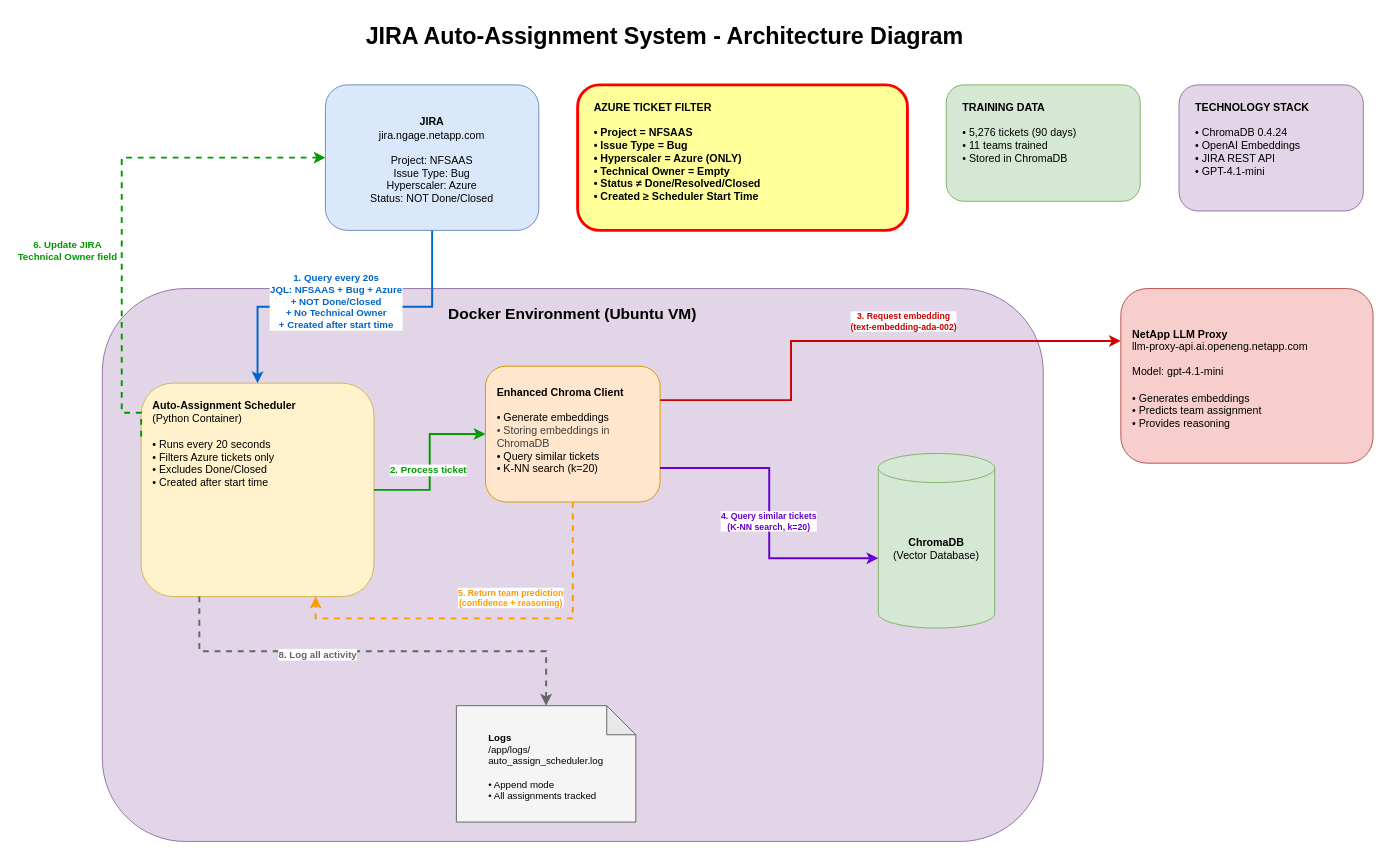
The draw.io diagram ARCHITECTURE.drawio in tarunchakkilam/netapp-jira-autoassign, before the edit. Source tidied: cells renumbered, new cells numbered last; positions are measured from the earlier drawing's top-left corner, leaving out a move shared by most shapes. Both pictures are drawn from the tidied source at 97%, with x=0, y=0 at pixel (102, 16).
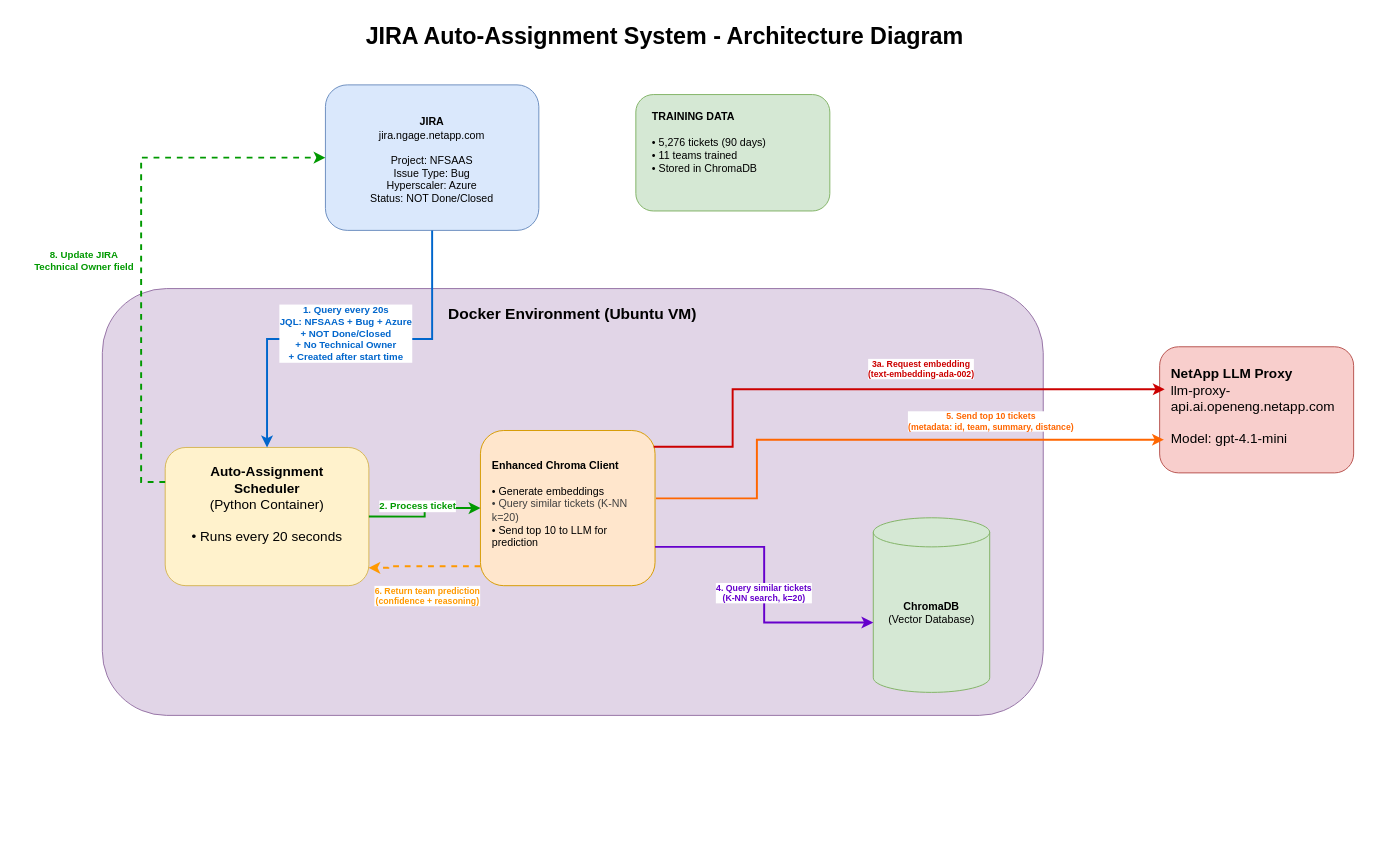
After the change.

Unchanged cells that the change refers to:
```xml
<mxCell id="4" value="&lt;b&gt;JIRA&lt;/b&gt;&lt;br&gt;jira.ngage.netapp.com&lt;br&gt;&lt;br&gt;Project: NFSAAS&lt;br&gt;Issue Type: Bug&lt;br&gt;Hyperscaler: Azure&lt;br&gt;Status: NOT Done/Closed" style="rounded=1;whiteSpace=wrap;html=1;fillColor=#dae8fc;strokeColor=#6c8ebf;fontSize=11;spacingTop=5;spacingLeft=10;spacingRight=10;" parent="1" vertex="1">
  <mxGeometry x="230" y="70" width="220" height="150" as="geometry" />
</mxCell>
```

The edit, as a diff of the source:
```diff
@@
     <mxCell id="3" value="Docker Environment (Ubuntu VM)" style="rounded=1;whiteSpace=wrap;html=1;fillColor=#e1d5e7;strokeColor=#9673a6;verticalAlign=top;fontSize=16;fontStyle=1;align=center;spacingTop=10;" parent="1" vertex="1">
-      <mxGeometry y="280" width="970" height="570" as="geometry" />
+      <mxGeometry y="280" width="970" height="440" as="geometry" />
     </mxCell>
@@
     <mxCell id="5" value="&lt;b&gt;ChromaDB&lt;/b&gt;&lt;br&gt;(Vector Database)&lt;div&gt;&lt;br/&gt;&lt;/div&gt;" style="shape=cylinder3;whiteSpace=wrap;html=1;boundedLbl=1;backgroundOutline=1;size=15;fillColor=#d5e8d4;strokeColor=#82b366;fontSize=11;spacingTop=5;spacingLeft=10;spacingRight=10;" parent="1" vertex="1">
-      <mxGeometry x="800" y="450" width="120" height="180" as="geometry" />
+      <mxGeometry x="794.8" y="516.3" width="120" height="180" as="geometry" />
     </mxCell>
-    <mxCell id="6" value="&lt;b&gt;Auto-Assignment Scheduler&lt;/b&gt;&lt;br&gt;(Python Container)&lt;br&gt;&lt;br&gt;• Runs every 20 seconds&lt;br&gt;• Filters Azure tickets only&lt;br&gt;• Excludes Done/Closed&lt;br&gt;• Created after start time" style="rounded=1;whiteSpace=wrap;html=1;fillColor=#fff2cc;strokeColor=#d6b656;fontSize=11;verticalAlign=top;spacingTop=10;spacingLeft=10;spacingRight=10;align=left;" parent="1" vertex="1">
-      <mxGeometry x="40" y="377.5" width="240" height="220" as="geometry" />
+    <mxCell id="6" value="&lt;font style=&quot;font-size: 14px;&quot;&gt;&lt;b&gt;Auto-Assignment Scheduler&lt;/b&gt;&lt;br&gt;(Python Container)&lt;br&gt;&lt;br&gt;• Runs every 20 seconds&lt;/font&gt;&lt;div&gt;&lt;br&gt;&lt;/div&gt;" style="rounded=1;whiteSpace=wrap;html=1;fillColor=#fff2cc;strokeColor=#d6b656;fontSize=11;verticalAlign=top;spacingTop=10;spacingLeft=10;spacingRight=10;align=center;" parent="1" vertex="1">
+      <mxGeometry x="64.8" y="443.8" width="210" height="142.5" as="geometry" />
     </mxCell>
-    <mxCell id="7" value="&lt;b&gt;Enhanced Chroma Client&lt;/b&gt;&lt;br&gt;&lt;br&gt;• Generate embeddings&amp;nbsp;&lt;div&gt;&lt;div style=&quot;color: rgb(63, 63, 63); scrollbar-color: rgb(226, 226, 226) rgb(251, 251, 251);&quot;&gt;• Storing embeddings in ChromaDB&lt;/div&gt;&lt;div&gt;• Query similar tickets&lt;br&gt;• K-NN search (k=20)&lt;/div&gt;&lt;div&gt;&lt;div style=&quot;color: rgb(63, 63, 63); scrollbar-color: rgb(226, 226, 226) rgb(251, 251, 251);&quot;&gt;&lt;br&gt;&lt;/div&gt;&lt;/div&gt;&lt;/div&gt;" style="rounded=1;whiteSpace=wrap;html=1;fillColor=#ffe6cc;strokeColor=#d79b00;fontSize=11;spacingTop=5;spacingLeft=10;spacingRight=10;align=left;" parent="1" vertex="1">
-      <mxGeometry x="395" y="360" width="180" height="140" as="geometry" />
+    <mxCell id="7" value="&lt;b&gt;Enhanced Chroma Client&lt;/b&gt;&lt;br&gt;&lt;br&gt;• Generate embeddings&amp;nbsp;&lt;div&gt;&lt;div style=&quot;color: rgb(63, 63, 63); scrollbar-color: rgb(226, 226, 226) rgb(251, 251, 251);&quot;&gt;•&lt;span style=&quot;color: rgb(63, 63, 63); background-color: transparent;&quot;&gt;&amp;nbsp;Query similar tickets (K-NN k=20)&lt;/span&gt;&lt;/div&gt;&lt;div&gt;• Send top 10 to LLM for prediction&lt;/div&gt;&lt;div&gt;&lt;div style=&quot;color: rgb(63, 63, 63); scrollbar-color: rgb(226, 226, 226) rgb(251, 251, 251);&quot;&gt;&lt;br&gt;&lt;/div&gt;&lt;/div&gt;&lt;/div&gt;" style="rounded=1;whiteSpace=wrap;html=1;fillColor=#ffe6cc;strokeColor=#d79b00;fontSize=11;spacingTop=5;spacingLeft=10;spacingRight=10;align=left;" parent="1" vertex="1">
+      <mxGeometry x="389.8" y="426.3" width="180" height="160" as="geometry" />
     </mxCell>
-    <mxCell id="8" value="&lt;b&gt;NetApp LLM Proxy&lt;/b&gt;&lt;br&gt;llm-proxy-api.ai.openeng.netapp.com&lt;br&gt;&lt;br&gt;Model: gpt-4.1-mini&lt;br&gt;&lt;br&gt;• Generates embeddings&lt;br&gt;• Predicts team assignment&lt;br&gt;• Provides reasoning" style="rounded=1;whiteSpace=wrap;html=1;fillColor=#f8cecc;strokeColor=#b85450;fontSize=11;spacingTop=5;spacingLeft=10;spacingRight=10;align=left;" parent="1" vertex="1">
-      <mxGeometry x="1050" y="280" width="260" height="180" as="geometry" />
+    <mxCell id="8" value="&lt;font style=&quot;font-size: 14px;&quot;&gt;&lt;b style=&quot;&quot;&gt;NetApp LLM Proxy&lt;/b&gt;&lt;br&gt;llm-proxy-api.ai.openeng.netapp.com&lt;br&gt;&lt;br&gt;Model: gpt-4.1-mini&lt;br&gt;&lt;/font&gt;&lt;div&gt;&lt;br&gt;&lt;/div&gt;" style="rounded=1;whiteSpace=wrap;html=1;fillColor=#f8cecc;strokeColor=#b85450;fontSize=11;spacingTop=5;spacingLeft=10;spacingRight=10;align=left;" parent="1" vertex="1">
+      <mxGeometry x="1090" y="340" width="200" height="130" as="geometry" />
     </mxCell>
-    <mxCell id="9" value="&lt;div style=&quot;text-align: justify;&quot;&gt;&lt;b style=&quot;background-color: transparent;&quot;&gt;Logs&lt;/b&gt;&lt;/div&gt;&lt;div style=&quot;text-align: justify;&quot;&gt;&lt;span style=&quot;background-color: transparent;&quot;&gt;/app/logs/&lt;/span&gt;&lt;/div&gt;&lt;div style=&quot;text-align: justify;&quot;&gt;&lt;span style=&quot;background-color: transparent;&quot;&gt;auto_assign_scheduler.log&lt;/span&gt;&lt;/div&gt;&lt;div style=&quot;text-align: justify;&quot;&gt;&lt;br&gt;&lt;/div&gt;&lt;div style=&quot;text-align: justify;&quot;&gt;&lt;span style=&quot;background-color: transparent;&quot;&gt;• Append mode&lt;/span&gt;&lt;/div&gt;&lt;div style=&quot;text-align: justify;&quot;&gt;&lt;span style=&quot;background-color: transparent;&quot;&gt;• All assignments tracked&lt;/span&gt;&lt;/div&gt;" style="shape=note;whiteSpace=wrap;html=1;backgroundOutline=1;darkOpacity=0.05;fillColor=#f5f5f5;strokeColor=#666666;fontSize=10;spacingTop=5;spacingLeft=10;spacingRight=10;align=center;" parent="1" vertex="1">
-      <mxGeometry x="365" y="710" width="185" height="120" as="geometry" />
-    </mxCell>
@@
-    <mxCell id="14" style="edgeStyle=orthogonalEdgeStyle;rounded=0;jettySize=auto;html=1;exitX=1;exitY=0.25;exitDx=0;exitDy=0;entryX=0;entryY=0.3;entryDx=0;entryDy=0;strokeWidth=2;strokeColor=#CC0000;" parent="1" edge="1" source="7" target="8">
+    <mxCell id="14" style="edgeStyle=orthogonalEdgeStyle;rounded=0;jettySize=auto;html=1;entryX=0.002;entryY=0.211;entryDx=0;entryDy=0;strokeWidth=2;strokeColor=#CC0000;entryPerimeter=0;exitX=0.993;exitY=0.105;exitDx=0;exitDy=0;exitPerimeter=0;" parent="1" edge="1" source="7">
       <mxGeometry relative="1" as="geometry">
+        <mxPoint x="1095.2" y="383.8" as="targetPoint" />
         <Array as="points">
-          <mxPoint x="710" y="395" />
-          <mxPoint x="710" y="334" />
+          <mxPoint x="649.8" y="443.3" />
+          <mxPoint x="649.8" y="383.3" />
         </Array>
       </mxGeometry>
     </mxCell>
-    <mxCell id="15" value="3. Request embedding&lt;br&gt;(text-embedding-ada-002)" style="edgeLabel;html=1;align=center;verticalAlign=middle;fontSize=9;fontColor=#CC0000;fontStyle=1;backgroundColor=#ffffff;" parent="14" vertex="1">
+    <mxCell id="15" value="3a. Request embedding&lt;br&gt;(text-embedding-ada-002)" style="edgeLabel;html=1;align=center;verticalAlign=middle;fontSize=9;fontColor=#CC0000;fontStyle=1;backgroundColor=#ffffff;" parent="14" vertex="1">
       <mxGeometry x="-0.1" y="1" relative="1" as="geometry">
         <mxPoint x="70" y="-20" as="offset" />
       </mxGeometry>
     </mxCell>
+    <mxCell id="27" style="edgeStyle=orthogonalEdgeStyle;rounded=0;orthogonalLoop=1;jettySize=auto;html=1;entryX=-0.002;entryY=0.611;entryDx=0;entryDy=0;strokeWidth=2;strokeColor=#FF6600;entryPerimeter=0;" parent="1" edge="1">
+      <mxGeometry relative="1" as="geometry">
+        <mxPoint x="574.8" y="496.3" as="sourcePoint" />
+        <mxPoint x="1094.4" y="435.8" as="targetPoint" />
+        <Array as="points">
+          <mxPoint x="570.8" y="496.3" />
+          <mxPoint x="674.8" y="496.3" />
+          <mxPoint x="674.8" y="435.3" />
+        </Array>
+      </mxGeometry>
+    </mxCell>
+    <mxCell id="28" value="5. Send top 10 tickets&lt;br&gt;(metadata: id, team, summary, distance)" style="edgeLabel;html=1;align=center;verticalAlign=middle;fontSize=9;fontColor=#FF6600;fontStyle=1;backgroundColor=#ffffff;" parent="27" vertex="1">
+      <mxGeometry x="-0.1" y="1" relative="1" as="geometry">
+        <mxPoint x="144" y="-18" as="offset" />
+      </mxGeometry>
+    </mxCell>
@@
-    <mxCell id="18" style="edgeStyle=orthogonalEdgeStyle;rounded=0;jettySize=auto;html=1;exitX=0.5;exitY=1;exitDx=0;exitDy=0;entryX=0.75;entryY=1;entryDx=0;entryDy=0;strokeWidth=2;strokeColor=#FF9900;dashed=1;" parent="1" edge="1" source="7" target="6">
+    <mxCell id="18" style="edgeStyle=orthogonalEdgeStyle;rounded=0;jettySize=auto;html=1;entryX=0.998;entryY=0.871;entryDx=0;entryDy=0;strokeWidth=2;strokeColor=#FF9900;dashed=1;entryPerimeter=0;" parent="1" edge="1" source="7" target="6">
       <mxGeometry relative="1" as="geometry">
         <Array as="points">
-          <mxPoint x="485" y="620" />
-          <mxPoint x="220" y="620" />
+          <mxPoint x="294.8" y="566.3" />
+          <mxPoint x="294.8" y="568.3" />
         </Array>
       </mxGeometry>
     </mxCell>
-    <mxCell id="19" value="5. Return team prediction&lt;br&gt;(confidence + reasoning)" style="edgeLabel;html=1;align=center;verticalAlign=middle;fontSize=9;fontColor=#FF9900;fontStyle=1;backgroundColor=#ffffff;" parent="18" vertex="1">
+    <mxCell id="19" value="6. Return team prediction&lt;br&gt;(confidence + reasoning)" style="edgeLabel;html=1;align=center;verticalAlign=middle;fontSize=9;fontColor=#FF9900;fontStyle=1;backgroundColor=#ffffff;" parent="18" vertex="1">
       <mxGeometry x="-0.2" y="2" relative="1" as="geometry">
-        <mxPoint x="-22" y="-24" as="offset" />
+        <mxPoint x="-8" y="28" as="offset" />
       </mxGeometry>
     </mxCell>
     <mxCell id="20" style="edgeStyle=orthogonalEdgeStyle;rounded=0;jettySize=auto;html=1;exitX=0;exitY=0.25;exitDx=0;exitDy=0;entryX=0;entryY=0.5;entryDx=0;entryDy=0;strokeWidth=2;strokeColor=#009900;dashed=1;" parent="1" edge="1" source="6" target="4">
       <mxGeometry relative="1" as="geometry">
         <Array as="points">
-          <mxPoint x="40" y="408" />
-          <mxPoint x="20" y="408" />
-          <mxPoint x="20" y="145" />
+          <mxPoint x="40" y="479" />
+          <mxPoint x="40" y="145" />
         </Array>
       </mxGeometry>
     </mxCell>
-    <mxCell id="21" value="6. Update JIRA&lt;br&gt;Technical Owner field" style="edgeLabel;html=1;align=center;verticalAlign=middle;fontSize=10;fontColor=#009900;fontStyle=1;backgroundColor=#ffffff;" parent="20" vertex="1">
+    <mxCell id="21" value="8. Update JIRA&lt;br&gt;Technical Owner field" style="edgeLabel;html=1;align=center;verticalAlign=middle;fontSize=10;fontColor=#009900;fontStyle=1;backgroundColor=#ffffff;" parent="20" vertex="1">
       <mxGeometry x="-0.2" y="2" relative="1" as="geometry">
-        <mxPoint x="-55" y="-5" as="offset" />
+        <mxPoint x="-58" y="-34" as="offset" />
       </mxGeometry>
     </mxCell>
-    <mxCell id="22" style="edgeStyle=orthogonalEdgeStyle;rounded=0;jettySize=auto;html=1;exitX=0.25;exitY=1;exitDx=0;exitDy=0;entryX=0.5;entryY=0;entryDx=0;entryDy=0;entryPerimeter=0;strokeWidth=2;strokeColor=#666666;dashed=1;" parent="1" edge="1" source="6" target="9">
-      <mxGeometry relative="1" as="geometry" />
-    </mxCell>
-    <mxCell id="23" value="8. Log all activity" style="edgeLabel;html=1;align=center;verticalAlign=middle;fontSize=10;fontColor=#666666;fontStyle=1;backgroundColor=#ffffff;" parent="22" vertex="1">
-      <mxGeometry x="-0.2" y="2" relative="1" as="geometry">
-        <mxPoint x="-10" y="5" as="offset" />
-      </mxGeometry>
-    </mxCell>
-    <mxCell id="24" value="&lt;b&gt;AZURE TICKET FILTER&lt;/b&gt;&lt;br&gt;&lt;br&gt;• Project = NFSAAS&lt;br&gt;• Issue Type = Bug&lt;br&gt;• Hyperscaler = Azure (ONLY)&lt;br&gt;• Technical Owner = Empty&lt;br&gt;• Status ≠ Done/Resolved/Closed&lt;br&gt;• Created ≥ Scheduler Start Time" style="rounded=1;whiteSpace=wrap;html=1;fillColor=#ffff99;strokeColor=#FF0000;strokeWidth=3;fontSize=11;fontStyle=1;align=left;verticalAlign=top;spacingTop=10;spacingLeft=15;spacingRight=10;" parent="1" vertex="1">
-      <mxGeometry x="490" y="70" width="340" height="150" as="geometry" />
-    </mxCell>
     <mxCell id="25" value="&lt;b&gt;TRAINING DATA&lt;/b&gt;&lt;br&gt;&lt;br&gt;• 5,276 tickets (90 days)&lt;br&gt;• 11 teams trained&lt;br&gt;• Stored in ChromaDB&lt;div&gt;&lt;br/&gt;&lt;/div&gt;" style="rounded=1;whiteSpace=wrap;html=1;fillColor=#d5e8d4;strokeColor=#82b366;fontSize=11;fontStyle=0;align=left;verticalAlign=top;spacingTop=10;spacingLeft=15;spacingRight=10;" parent="1" vertex="1">
-      <mxGeometry x="870" y="70" width="200" height="120" as="geometry" />
+      <mxGeometry x="550" y="80" width="200" height="120" as="geometry" />
     </mxCell>
-    <mxCell id="26" value="&lt;b&gt;TECHNOLOGY STACK&lt;/b&gt;&lt;br&gt;&lt;br&gt;• ChromaDB 0.4.24&lt;br&gt;• OpenAI Embeddings&lt;br&gt;• JIRA REST API&lt;br&gt;• GPT-4.1-mini" style="rounded=1;whiteSpace=wrap;html=1;fillColor=#e1d5e7;strokeColor=#9673a6;fontSize=11;fontStyle=0;align=left;verticalAlign=top;spacingTop=10;spacingLeft=15;spacingRight=10;" parent="1" vertex="1">
-      <mxGeometry x="1110" y="70" width="190" height="130" as="geometry" />
-    </mxCell>
```
